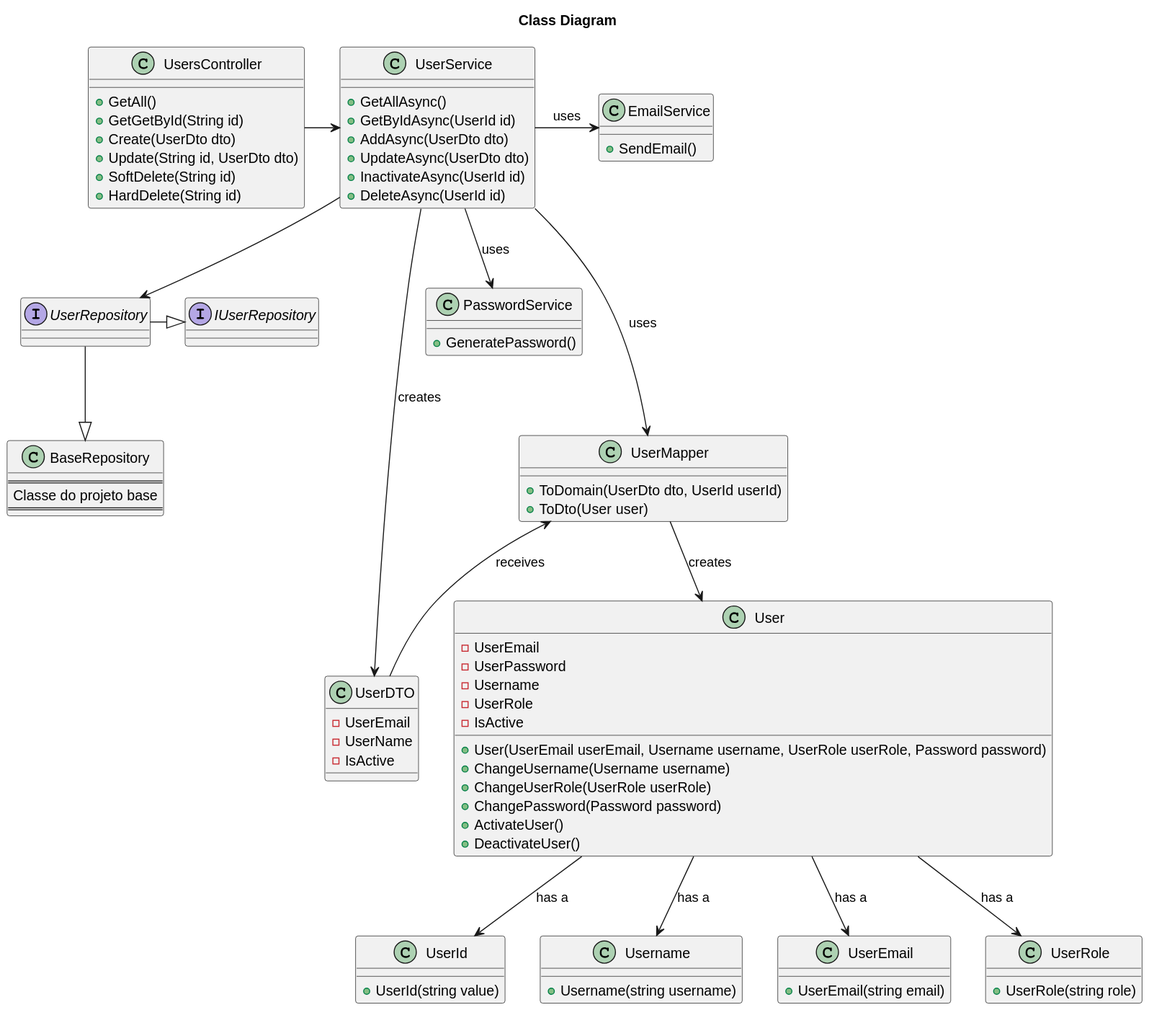
Before: docs/SprintA/1-register-backoffice-users/class-diagram.svg, a diagram exported from PlantUML (MiguelCardoso77/SurgicalSync-BackEnd).
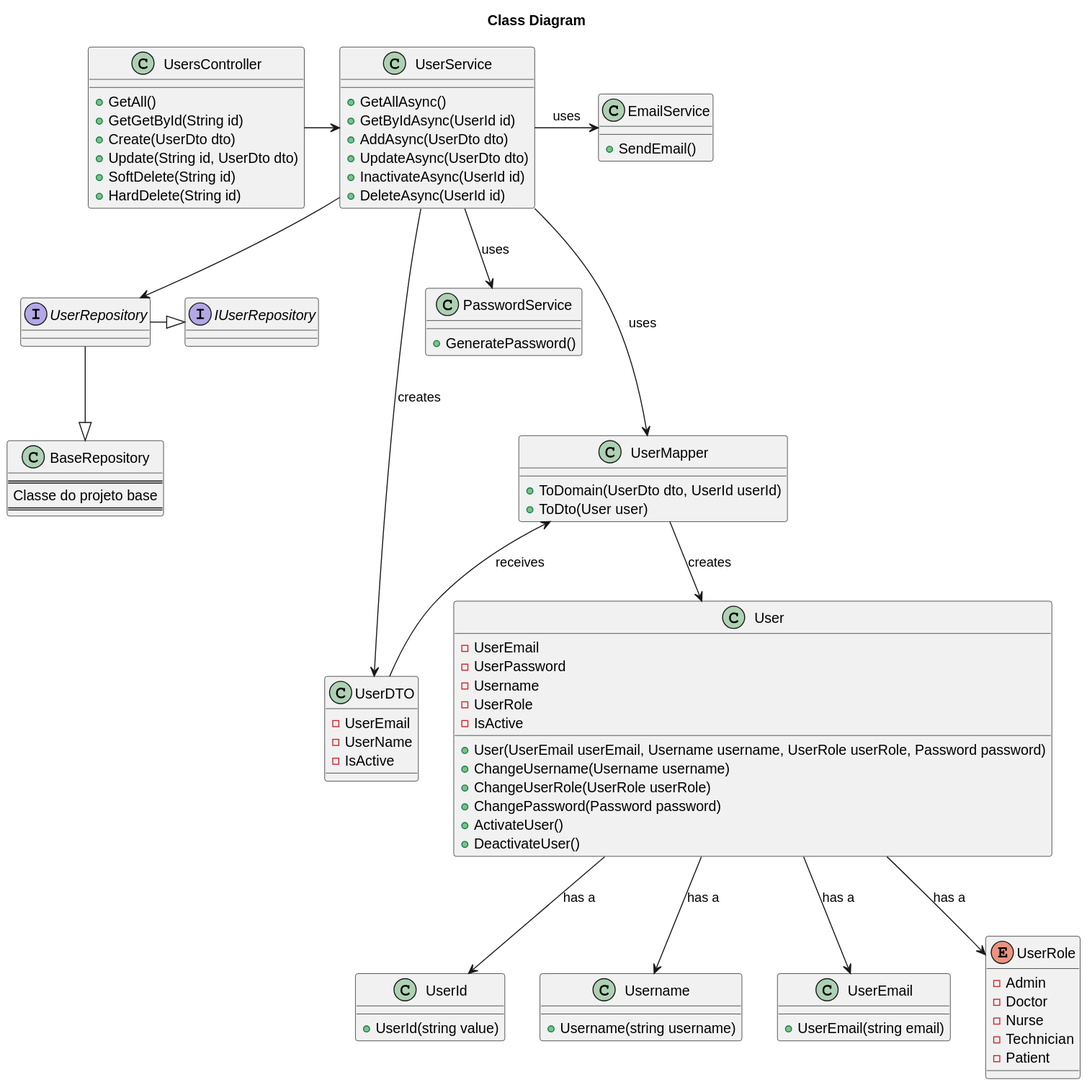
The same file after the commit.

Commit message:
#1 Testing and changing UserRole to be an ENUM

Diff of the diagram source:
```diff
@@ -42,8 +42,12 @@
     + UserEmail(string email)
 }
 
-class UserRole {
-    + UserRole(string role)
+enum UserRole {
+    - Admin
+    - Doctor
+    - Nurse
+    - Technician
+    - Patient
 }
 
 class UserService {
```
